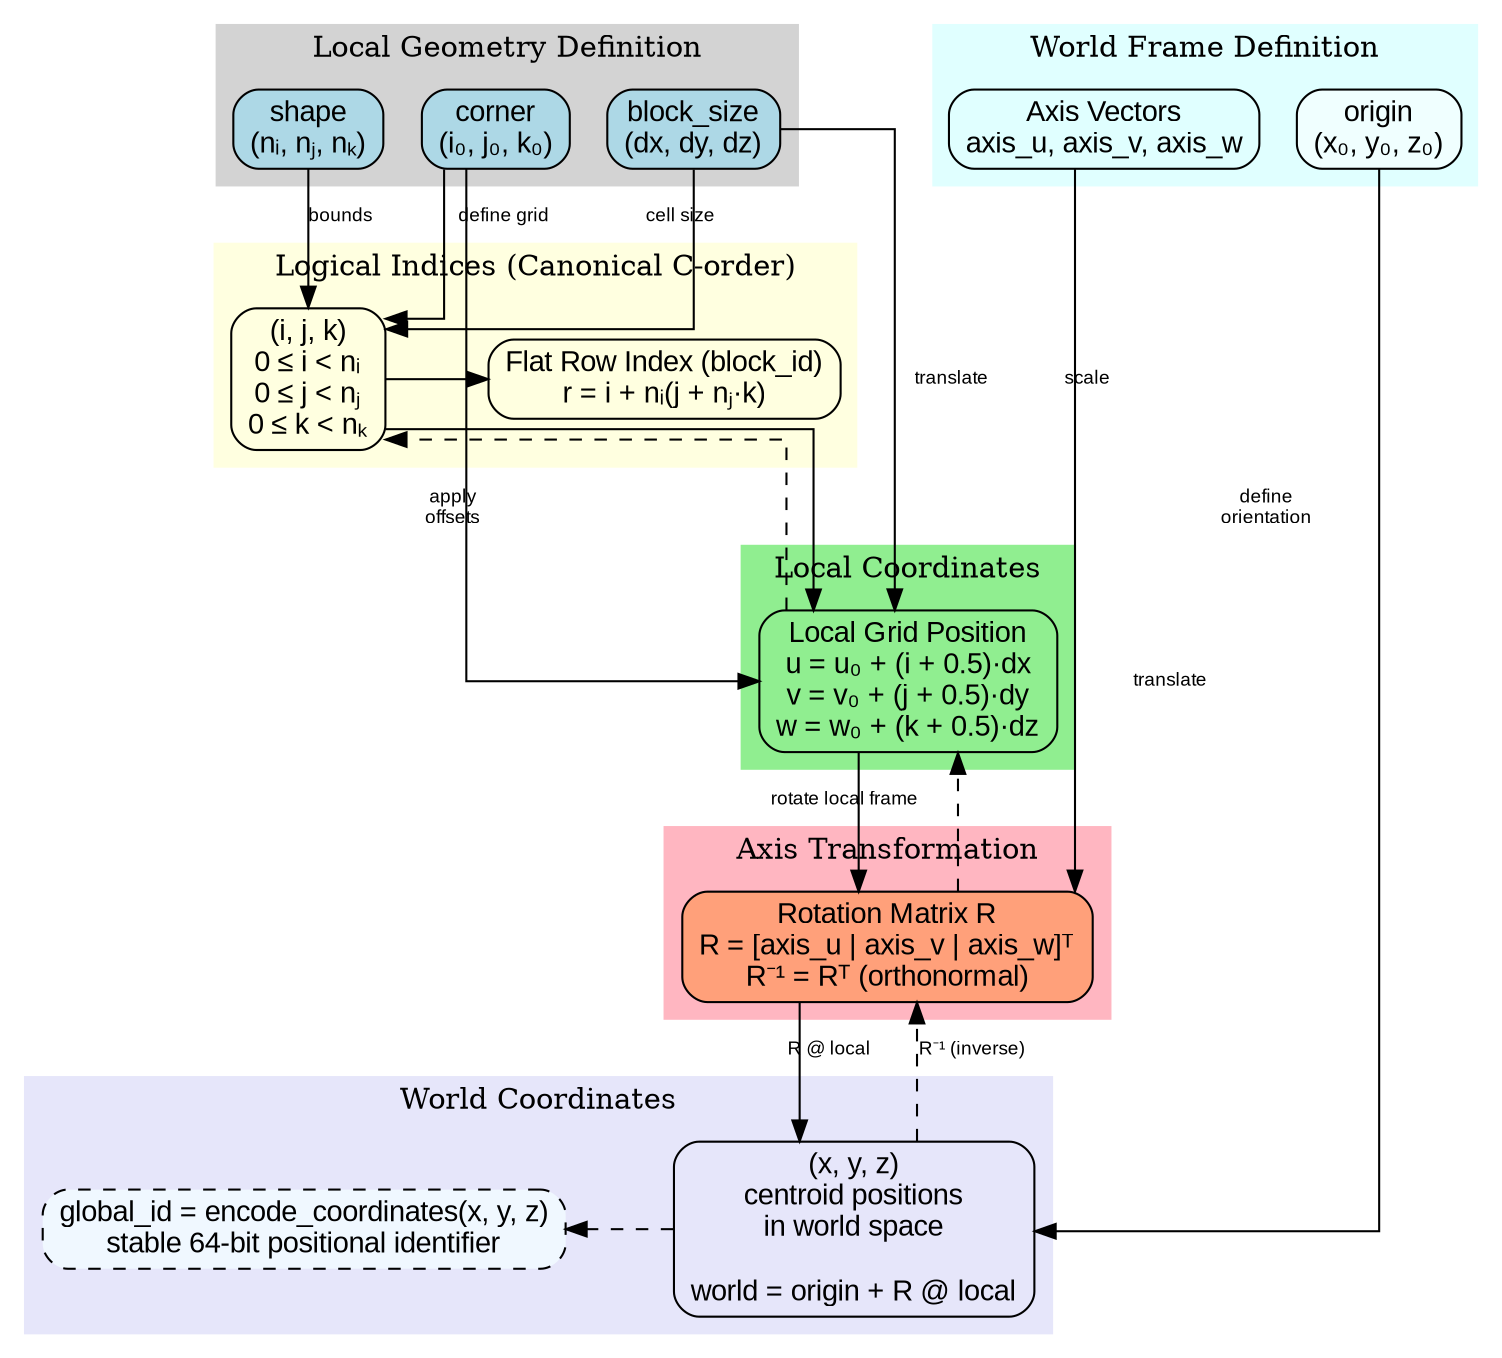
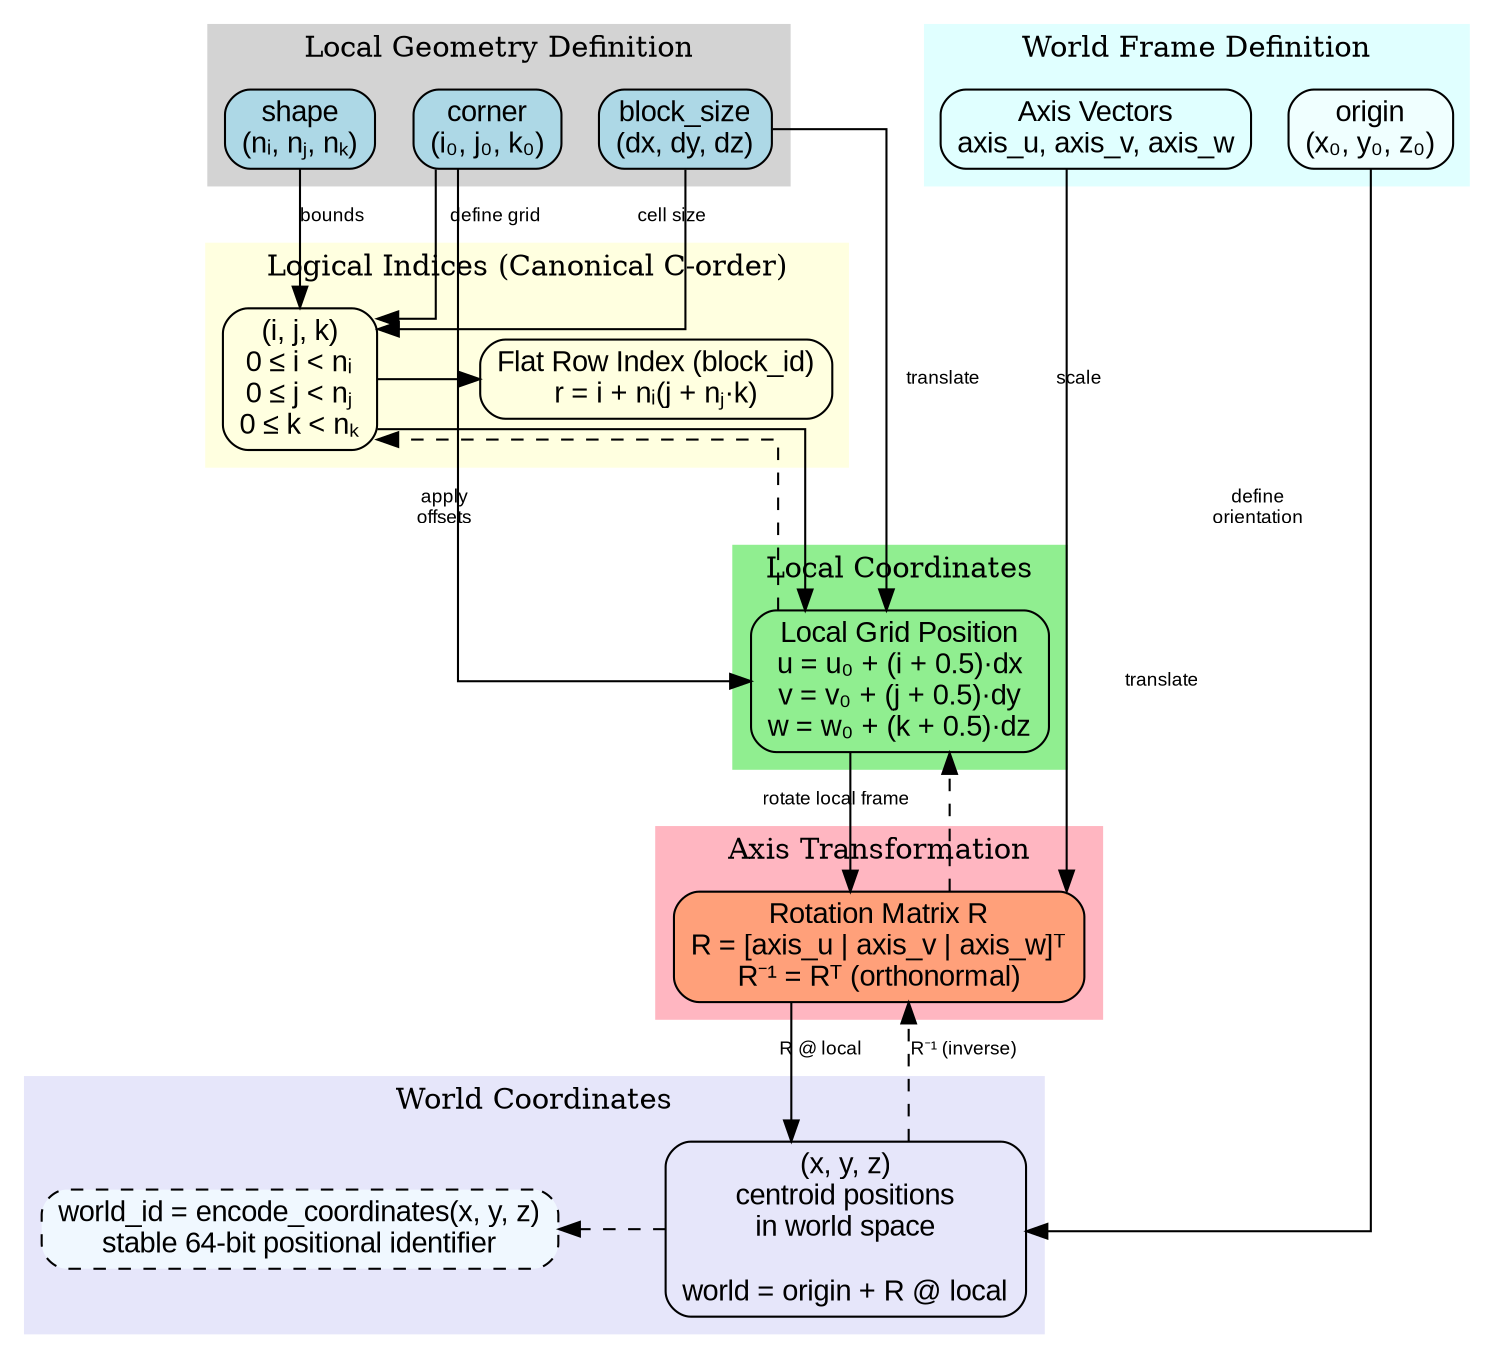
digraph G {
    rankdir=TD;
    newrank=true;
    splines=ortho;
    node [shape=box, style=rounded, fontname=Arial];
    edge [fontname=Arial, fontsize=9];
    // Input layer
    subgraph cluster_input {
        label="Local Geometry Definition";
        style=filled;
        color=lightgrey;
        corner [label="corner
(i₀, j₀, k₀)", style="rounded,filled", fillcolor=lightblue];
        blocksize [label="block_size
(dx, dy, dz)", style="rounded,filled", fillcolor=lightblue];
        shape [label="shape
(nᵢ, nⱼ, nₖ)", style="rounded,filled", fillcolor=lightblue];
    }
    // Logical indices layer
    subgraph cluster_logical {
        label="Logical Indices (Canonical C-order)";
        style=filled;
        color=lightyellow;
        ijk [label="(i, j, k)
0 ≤ i < nᵢ
0 ≤ j < nⱼ
0 ≤ k < nₖ", style="rounded,filled", fillcolor=lightyellow];
        rowindex [label="Flat Row Index (block_id)
r = i + nᵢ(j + nⱼ·k)", style="rounded,filled", fillcolor=lightyellow];
    }
    // Local coordinate layer
    subgraph cluster_local {
        label="Local Coordinates";
        style=filled;
        color=lightgreen;
        local [label="Local Grid Position
u = u₀ + (i + 0.5)·dx
v = v₀ + (j + 0.5)·dy
w = w₀ + (k + 0.5)·dz", style="rounded,filled", fillcolor=lightgreen];
    }
    // World frame definition layer
    subgraph cluster_worldframe {
        label="World Frame Definition";
        style=filled;
        color=lightcyan;
        origin [label="origin
(x₀, y₀, z₀)", style="rounded,filled", fillcolor=azure];
        axes [label="Axis Vectors
axis_u, axis_v, axis_w", style="rounded,filled", fillcolor=lightcyan];
    }
    // Transformation layer
    subgraph cluster_transform {
        label="Axis Transformation";
        style=filled;
        color=lightpink;
        rotation [label="Rotation Matrix R
R = [axis_u | axis_v | axis_w]ᵀ
R⁻¹ = Rᵀ (orthonormal)", style="rounded,filled", fillcolor=lightsalmon];
    }
    // World coordinates layer
    subgraph cluster_world {
        label="World Coordinates";
        style=filled;
        color=lavender;
        world [label="(x, y, z)\ncentroid positions\nin world space\n\nworld = origin + R @ local", style="rounded,filled", fillcolor=lavender];
-         global_id [label="global_id = encode_coordinates(x, y, z)\nstable 64-bit positional identifier", style="rounded,dashed,filled", fillcolor=aliceblue];
+         world_id [label="world_id = encode_coordinates(x, y, z)\nstable 64-bit positional identifier", style="rounded,dashed,filled", fillcolor=aliceblue];
    }
    // Edges - Input to Logical
    corner -> ijk [label="define grid"];
    blocksize -> ijk [label="cell size"];
    shape -> ijk [label="bounds"];
    ijk -> rowindex [label="flatten
C-order"];
    // Edges - Logical to Local
    ijk -> local [label="apply
offsets"];
    blocksize -> local [label="scale"];
    corner -> local [label="translate"];
    // Edges - Local to World
    local -> rotation [label="rotate local frame"];
    axes -> rotation [label="define
orientation", constraint=false];
    origin -> world [label="translate", constraint=false];
    rotation -> world [label="R @ local"];
-     world -> global_id [style=dashed, label="optional", constraint=false];
+     world -> world_id [style=dashed, label="optional", constraint=false];
    // Inverse transformations (dashed)
    world -> rotation [style=dashed, label="R⁻¹ (inverse)"];
    rotation -> local [style=dashed];
    local -> ijk [style=dashed];

    // Layout helpers – keep world frame left of transform
    {rank=same; corner; blocksize; shape}
    {rank=same; ijk; rowindex}
    {rank=same; local}
    {rank=same; origin; axes}
-     {rank=same; world; global_id}
+     {rank=same; world; world_id}
}
